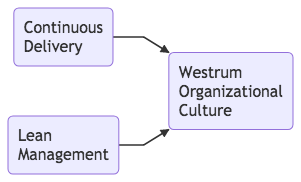
Above: 2019-02-devopsdc/westrum_inputs.png in pburkholder/decksets (Mermaid), before the change. Its source is kept beside it as 2019-02-devopsdc/westrum_inputs.mmd. The source it was exported from:
```mermaid
graph LR
A("Continuous<br/>Delivery")
B("Lean<br/>Management")
C("Westrum<br/>Organizational<br/>Culture")
A-->C
B-->C
```
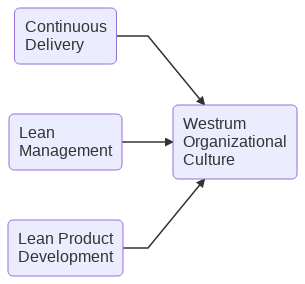
Later version of the same file.

What changed in the source:
```diff
@@ -1,6 +1,8 @@
 graph LR
-A("Continuous<br/>Delivery")
-B("Lean<br/>Management")
-C("Westrum<br/>Organizational<br/>Culture")
-A-->C
-B-->C
+CD("Continuous<br/>Delivery")
+LM("Lean<br/>Management")
+LD("Lean Product<br/>Development")
+OC("Westrum<br/>Organizational<br/>Culture")
+CD --> OC
+LM --> OC
+LD --> OC
```
